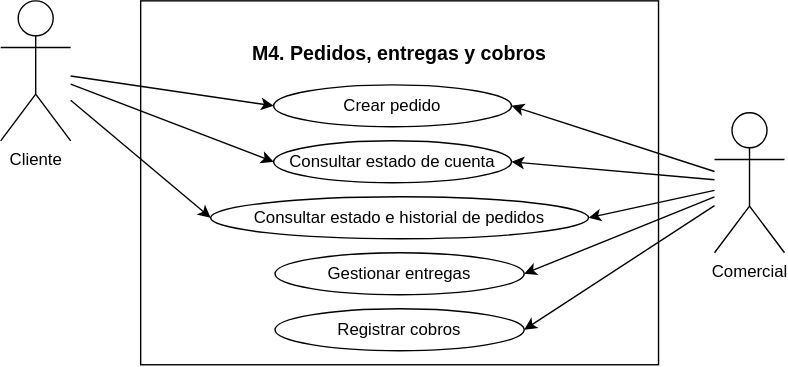
MadaoSurmanito/app-tfg keeps this draw.io diagram as docs/docs/figures/UML/CasosDeUso/M4_CasosDeUso.svg. Above is the earlier version. Source tidied: cells renumbered, new cells last; positions are measured from the earlier drawing's top-left corner, leaving out a move shared by most shapes. The source it was exported from:
```xml
<mxGraphModel>
  <root>
    <mxCell id="0" />
    <mxCell id="1" parent="0" />
    <mxCell id="2" value="&lt;h1&gt;&lt;font style=&quot;font-size: 14px;&quot;&gt;M4. Pedidos, entregas y cobros&lt;/font&gt;&lt;/h1&gt;" style="rounded=0;whiteSpace=wrap;html=1;verticalAlign=top;spacing=0;labelPosition=center;verticalLabelPosition=middle;align=center;" parent="1" vertex="1">
      <mxGeometry x="100" width="370" height="260" as="geometry" />
    </mxCell>
    <mxCell id="3" style="edgeStyle=none;html=1;entryX=1;entryY=0.5;entryDx=0;entryDy=0;" parent="1" edge="1" source="8" target="9">
      <mxGeometry relative="1" as="geometry" />
    </mxCell>
    <mxCell id="4" style="edgeStyle=none;html=1;entryX=1;entryY=0.5;entryDx=0;entryDy=0;" parent="1" edge="1" source="8" target="10">
      <mxGeometry relative="1" as="geometry" />
    </mxCell>
    <mxCell id="5" style="edgeStyle=none;html=1;entryX=1;entryY=0.5;entryDx=0;entryDy=0;" parent="1" edge="1" source="8" target="11">
      <mxGeometry relative="1" as="geometry" />
    </mxCell>
    <mxCell id="6" style="edgeStyle=none;html=1;entryX=1;entryY=0.5;entryDx=0;entryDy=0;" parent="1" edge="1" source="8" target="12">
      <mxGeometry relative="1" as="geometry" />
    </mxCell>
    <mxCell id="7" style="edgeStyle=none;html=1;entryX=1;entryY=0.5;entryDx=0;entryDy=0;" parent="1" edge="1" source="8" target="13">
      <mxGeometry relative="1" as="geometry" />
    </mxCell>
    <mxCell id="8" value="Comercial" style="shape=umlActor;verticalLabelPosition=bottom;verticalAlign=top;html=1;outlineConnect=0;" parent="1" vertex="1">
      <mxGeometry x="510" y="80" width="50" height="100" as="geometry" />
    </mxCell>
    <mxCell id="9" value="Crear pedido" style="ellipse;whiteSpace=wrap;html=1;" parent="1" vertex="1">
      <mxGeometry x="195" y="60" width="170" height="30" as="geometry" />
    </mxCell>
    <mxCell id="10" value="Consultar estado de cuenta" style="ellipse;whiteSpace=wrap;html=1;" parent="1" vertex="1">
      <mxGeometry x="195" y="100" width="170" height="30" as="geometry" />
    </mxCell>
    <mxCell id="11" value="Consultar estado e historial de pedidos" style="ellipse;whiteSpace=wrap;html=1;" parent="1" vertex="1">
      <mxGeometry x="150" y="140" width="270" height="30" as="geometry" />
    </mxCell>
    <mxCell id="12" value="Gestionar entregas" style="ellipse;whiteSpace=wrap;html=1;" parent="1" vertex="1">
      <mxGeometry x="196" y="180" width="178" height="30" as="geometry" />
    </mxCell>
    <mxCell id="13" value="Registrar cobros" style="ellipse;whiteSpace=wrap;html=1;" parent="1" vertex="1">
      <mxGeometry x="196" y="220" width="178" height="30" as="geometry" />
    </mxCell>
    <mxCell id="14" style="edgeStyle=none;html=1;entryX=0;entryY=0.5;entryDx=0;entryDy=0;" parent="1" edge="1" source="17" target="9">
      <mxGeometry relative="1" as="geometry" />
    </mxCell>
    <mxCell id="15" style="edgeStyle=none;html=1;entryX=0;entryY=0.5;entryDx=0;entryDy=0;" parent="1" edge="1" source="17" target="10">
      <mxGeometry relative="1" as="geometry" />
    </mxCell>
    <mxCell id="16" style="edgeStyle=none;html=1;entryX=0;entryY=0.5;entryDx=0;entryDy=0;" parent="1" edge="1" source="17" target="11">
      <mxGeometry relative="1" as="geometry" />
    </mxCell>
    <mxCell id="17" value="Cliente" style="shape=umlActor;verticalLabelPosition=bottom;verticalAlign=top;html=1;outlineConnect=0;" parent="1" vertex="1">
      <mxGeometry width="50" height="100" as="geometry" />
    </mxCell>
  </root>
</mxGraphModel>
```
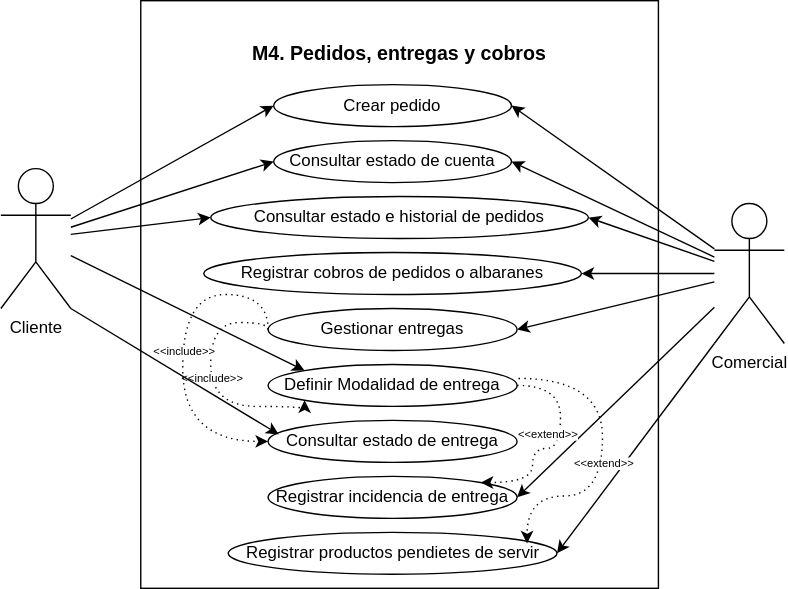
The same file after the commit.

Change to the diagram source:
```diff
@@ -3,7 +3,7 @@
     <mxCell id="0" />
     <mxCell id="1" parent="0" />
     <mxCell id="2" value="&lt;h1&gt;&lt;font style=&quot;font-size: 14px;&quot;&gt;M4. Pedidos, entregas y cobros&lt;/font&gt;&lt;/h1&gt;" style="rounded=0;whiteSpace=wrap;html=1;verticalAlign=top;spacing=0;labelPosition=center;verticalLabelPosition=middle;align=center;" parent="1" vertex="1">
-      <mxGeometry x="100" width="370" height="260" as="geometry" />
+      <mxGeometry x="100" width="370" height="420" as="geometry" />
     </mxCell>
     <mxCell id="3" style="edgeStyle=none;html=1;entryX=1;entryY=0.5;entryDx=0;entryDy=0;" parent="1" edge="1" source="8" target="9">
       <mxGeometry relative="1" as="geometry" />
@@ -21,7 +21,7 @@
       <mxGeometry relative="1" as="geometry" />
     </mxCell>
     <mxCell id="8" value="Comercial" style="shape=umlActor;verticalLabelPosition=bottom;verticalAlign=top;html=1;outlineConnect=0;" parent="1" vertex="1">
-      <mxGeometry x="510" y="80" width="50" height="100" as="geometry" />
+      <mxGeometry x="510" y="145" width="50" height="100" as="geometry" />
     </mxCell>
     <mxCell id="9" value="Crear pedido" style="ellipse;whiteSpace=wrap;html=1;" parent="1" vertex="1">
       <mxGeometry x="195" y="60" width="170" height="30" as="geometry" />
@@ -33,10 +33,10 @@
       <mxGeometry x="150" y="140" width="270" height="30" as="geometry" />
     </mxCell>
     <mxCell id="12" value="Gestionar entregas" style="ellipse;whiteSpace=wrap;html=1;" parent="1" vertex="1">
-      <mxGeometry x="196" y="180" width="178" height="30" as="geometry" />
+      <mxGeometry x="191" y="220" width="178" height="30" as="geometry" />
     </mxCell>
-    <mxCell id="13" value="Registrar cobros" style="ellipse;whiteSpace=wrap;html=1;" parent="1" vertex="1">
-      <mxGeometry x="196" y="220" width="178" height="30" as="geometry" />
+    <mxCell id="13" value="Registrar cobros de pedidos o albaranes" style="ellipse;whiteSpace=wrap;html=1;" parent="1" vertex="1">
+      <mxGeometry x="145" y="180" width="270" height="30" as="geometry" />
     </mxCell>
     <mxCell id="14" style="edgeStyle=none;html=1;entryX=0;entryY=0.5;entryDx=0;entryDy=0;" parent="1" edge="1" source="17" target="9">
       <mxGeometry relative="1" as="geometry" />
@@ -48,7 +48,90 @@
       <mxGeometry relative="1" as="geometry" />
     </mxCell>
     <mxCell id="17" value="Cliente" style="shape=umlActor;verticalLabelPosition=bottom;verticalAlign=top;html=1;outlineConnect=0;" parent="1" vertex="1">
-      <mxGeometry width="50" height="100" as="geometry" />
+      <mxGeometry y="120" width="50" height="100" as="geometry" />
     </mxCell>
+    <mxCell id="18" value="Registrar productos pendietes de servir" style="ellipse;whiteSpace=wrap;html=1;" parent="1" vertex="1">
+      <mxGeometry x="162.5" y="380" width="235" height="30" as="geometry" />
+    </mxCell>
+    <mxCell id="19" value="Definir Modalidad de entrega" style="ellipse;whiteSpace=wrap;html=1;" parent="1" vertex="1">
+      <mxGeometry x="191" y="260" width="178" height="30" as="geometry" />
+    </mxCell>
+    <mxCell id="20" value="Registrar incidencia de entrega" style="ellipse;whiteSpace=wrap;html=1;" parent="1" vertex="1">
+      <mxGeometry x="191" y="340" width="178" height="30" as="geometry" />
+    </mxCell>
+    <mxCell id="21" value="Consultar estado de entrega" style="ellipse;whiteSpace=wrap;html=1;" parent="1" vertex="1">
+      <mxGeometry x="191" y="300" width="178" height="30" as="geometry" />
+    </mxCell>
+    <mxCell id="22" style="endArrow=classic;dashed=1;html=1;dashPattern=1 3;strokeWidth=1;rounded=0;exitX=0;exitY=0.5;exitDx=0;exitDy=0;entryX=0;entryY=1;entryDx=0;entryDy=0;endFill=1;startSize=4;endSize=6;edgeStyle=orthogonalEdgeStyle;curved=1;" parent="1" edge="1" source="12" target="19">
+      <mxGeometry relative="1" as="geometry">
+        <Array as="points">
+          <mxPoint x="191" y="230" />
+          <mxPoint x="150" y="230" />
+          <mxPoint x="150" y="290" />
+          <mxPoint x="217" y="290" />
+        </Array>
+      </mxGeometry>
+    </mxCell>
+    <mxCell id="23" value="&amp;lt;&amp;lt;include&amp;gt;&amp;gt;" style="edgeLabel;html=1;align=center;verticalAlign=middle;fontSize=8;" parent="22" vertex="1">
+      <mxGeometry x="-0.26" relative="1" as="geometry">
+        <mxPoint y="20" as="offset" />
+      </mxGeometry>
+    </mxCell>
+    <mxCell id="24" style="endArrow=classic;dashed=1;html=1;dashPattern=1 3;strokeWidth=1;rounded=0;exitX=0;exitY=0.5;exitDx=0;exitDy=0;entryX=0;entryY=0.5;entryDx=0;entryDy=0;endFill=1;startSize=4;endSize=6;edgeStyle=orthogonalEdgeStyle;curved=1;" parent="1" edge="1" source="12" target="21">
+      <mxGeometry relative="1" as="geometry">
+        <Array as="points">
+          <mxPoint x="191" y="210" />
+          <mxPoint x="130" y="210" />
+          <mxPoint x="130" y="315" />
+        </Array>
+      </mxGeometry>
+    </mxCell>
+    <mxCell id="25" value="&amp;lt;&amp;lt;include&amp;gt;&amp;gt;" style="edgeLabel;html=1;align=center;verticalAlign=middle;fontSize=8;" parent="24" vertex="1">
+      <mxGeometry x="-0.26" relative="1" as="geometry">
+        <mxPoint y="33" as="offset" />
+      </mxGeometry>
+    </mxCell>
+    <mxCell id="26" style="edgeStyle=none;html=1;entryX=0;entryY=0;entryDx=0;entryDy=0;" parent="1" edge="1" source="17" target="19">
+      <mxGeometry relative="1" as="geometry" />
+    </mxCell>
+    <mxCell id="27" style="edgeStyle=none;html=1;entryX=0.043;entryY=0.333;entryDx=0;entryDy=0;exitX=1;exitY=1;exitDx=0;exitDy=0;exitPerimeter=0;entryPerimeter=0;" parent="1" edge="1" source="17" target="21">
+      <mxGeometry relative="1" as="geometry" />
+    </mxCell>
+    <mxCell id="28" style="edgeStyle=none;html=1;entryX=1;entryY=0.5;entryDx=0;entryDy=0;exitX=0;exitY=1;exitDx=0;exitDy=0;exitPerimeter=0;" parent="1" edge="1" source="8" target="18">
+      <mxGeometry relative="1" as="geometry" />
+    </mxCell>
+    <mxCell id="29" style="edgeStyle=none;html=1;entryX=1;entryY=0.5;entryDx=0;entryDy=0;" parent="1" edge="1" source="8" target="20">
+      <mxGeometry relative="1" as="geometry" />
+    </mxCell>
+    <mxCell id="30" style="endArrow=classic;dashed=1;html=1;dashPattern=1 3;strokeWidth=1;rounded=0;entryX=1;entryY=0;entryDx=0;entryDy=0;endFill=1;startSize=4;endSize=6;edgeStyle=orthogonalEdgeStyle;curved=1;exitX=1;exitY=0.5;exitDx=0;exitDy=0;" parent="1" edge="1" source="19" target="20">
+      <mxGeometry relative="1" as="geometry">
+        <Array as="points">
+          <mxPoint x="400" y="275" />
+          <mxPoint x="400" y="320" />
+          <mxPoint x="380" y="320" />
+          <mxPoint x="380" y="344" />
+        </Array>
+      </mxGeometry>
+    </mxCell>
+    <mxCell id="31" value="&amp;lt;&amp;lt;extend&amp;gt;&amp;gt;" style="edgeLabel;html=1;align=center;verticalAlign=middle;fontSize=8;" parent="30" vertex="1">
+      <mxGeometry x="-0.26" relative="1" as="geometry">
+        <mxPoint x="-10" y="7" as="offset" />
+      </mxGeometry>
+    </mxCell>
+    <mxCell id="32" style="endArrow=classic;dashed=1;html=1;dashPattern=1 3;strokeWidth=1;rounded=0;entryX=0.909;entryY=0.267;entryDx=0;entryDy=0;endFill=1;startSize=4;endSize=6;edgeStyle=orthogonalEdgeStyle;curved=1;entryPerimeter=0;" parent="1" edge="1" target="18">
+      <mxGeometry relative="1" as="geometry">
+        <mxPoint x="370" y="270" as="sourcePoint" />
+        <Array as="points">
+          <mxPoint x="430" y="270" />
+          <mxPoint x="430" y="354" />
+          <mxPoint x="376" y="354" />
+        </Array>
+      </mxGeometry>
+    </mxCell>
+    <mxCell id="33" value="&amp;lt;&amp;lt;extend&amp;gt;&amp;gt;" style="edgeLabel;html=1;align=center;verticalAlign=middle;fontSize=8;" parent="32" vertex="1">
+      <mxGeometry x="-0.26" relative="1" as="geometry">
+        <mxPoint y="34" as="offset" />
+      </mxGeometry>
+    </mxCell>
   </root>
 </mxGraphModel>
```
